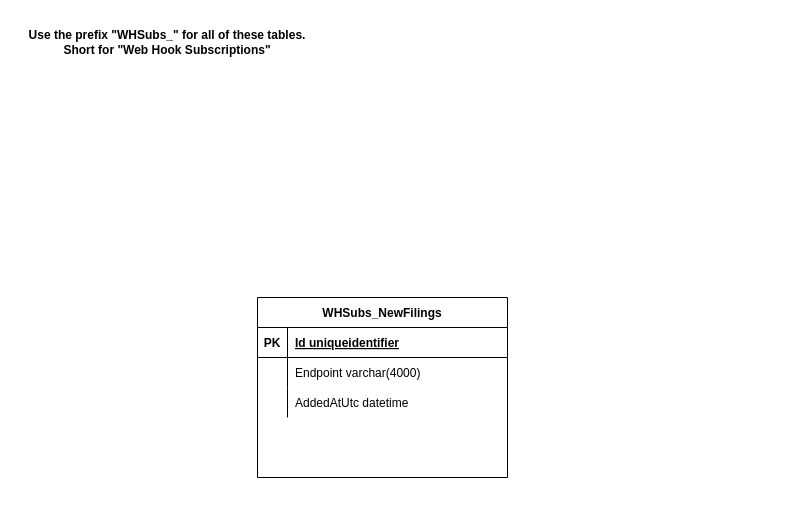
The draw.io diagram page "Webhook Triggers" (2 of 3) of AletheiaErd.drawio in TimHanewich/Aletheia-Engine-Library, before the edit. Source tidied: cells renumbered, new cells numbered last; positions are measured from the earlier drawing's top-left corner, leaving out a move shared by most shapes. Both pictures are drawn from the tidied source at 100%, with x=0, y=0 at pixel (17, 17).
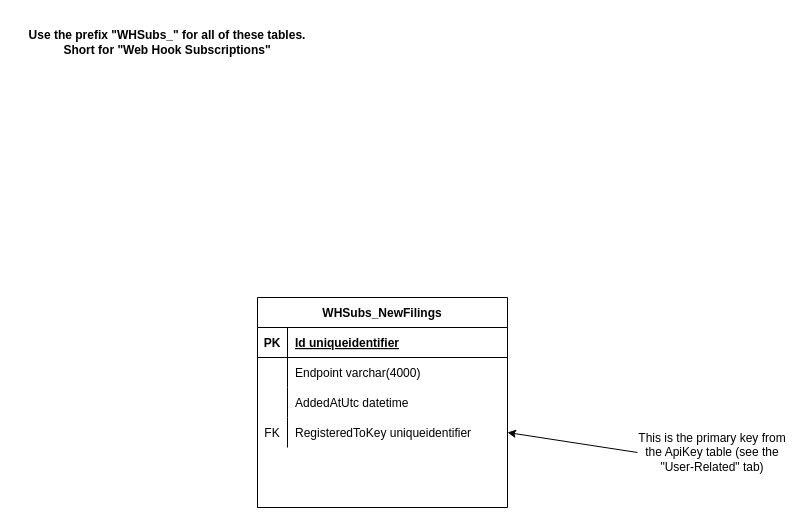
The same diagram, later.

Commit message:
Added user related tables (UserAccount, ApiCall, ApiKey) to ERD and added RegisteredToKey field to registered webhooks

Diff of the diagram source:
```diff
@@
 <mxGraphModel>
   <root>
     <mxCell id="0" />
     <mxCell id="1" parent="0" />
     <mxCell id="2" value="WHSubs_NewFilings" style="shape=table;startSize=30;childLayout=tableLayout;rowLines=0;fontStyle=1;align=center;" parent="1" vertex="1">
-      <mxGeometry x="240" y="280" width="250" height="180" as="geometry" />
+      <mxGeometry x="240" y="280" width="250" height="210" as="geometry" />
     </mxCell>
     <mxCell id="3" style="shape=partialRectangle;fillColor=none;top=0;left=0;bottom=1;right=0;" parent="2" vertex="1">
       <mxGeometry y="30" width="250" height="30" as="geometry" />
     </mxCell>
     <mxCell id="4" value="PK" style="shape=partialRectangle;fillColor=none;top=0;left=0;bottom=0;right=0;fontStyle=1;overflow=hidden;" parent="3" vertex="1">
       <mxGeometry width="30" height="30" as="geometry" />
     </mxCell>
     <mxCell id="5" value="Id uniqueidentifier" style="shape=partialRectangle;fillColor=none;top=0;left=0;bottom=0;right=0;align=left;spacingLeft=6;fontStyle=5;overflow=hidden;" parent="3" vertex="1">
       <mxGeometry x="30" width="220" height="30" as="geometry" />
     </mxCell>
     <mxCell id="6" style="shape=partialRectangle;fillColor=none;top=0;left=0;bottom=0;right=0;" parent="2" vertex="1">
       <mxGeometry y="60" width="250" height="30" as="geometry" />
     </mxCell>
     <mxCell id="7" style="shape=partialRectangle;fillColor=none;top=0;left=0;bottom=0;right=0;overflow=hidden;" parent="6" vertex="1">
       <mxGeometry width="30" height="30" as="geometry" />
     </mxCell>
     <mxCell id="8" value="Endpoint varchar(4000)" style="shape=partialRectangle;fillColor=none;top=0;left=0;bottom=0;right=0;align=left;spacingLeft=6;overflow=hidden;" parent="6" vertex="1">
       <mxGeometry x="30" width="220" height="30" as="geometry" />
     </mxCell>
     <mxCell id="9" style="shape=partialRectangle;fillColor=none;top=0;left=0;bottom=0;right=0;" parent="2" vertex="1">
       <mxGeometry y="90" width="250" height="30" as="geometry" />
     </mxCell>
     <mxCell id="10" style="shape=partialRectangle;fillColor=none;top=0;left=0;bottom=0;right=0;overflow=hidden;" parent="9" vertex="1">
       <mxGeometry width="30" height="30" as="geometry" />
     </mxCell>
     <mxCell id="11" value="AddedAtUtc datetime" style="shape=partialRectangle;fillColor=none;top=0;left=0;bottom=0;right=0;align=left;spacingLeft=6;overflow=hidden;" parent="9" vertex="1">
       <mxGeometry x="30" width="220" height="30" as="geometry" />
     </mxCell>
+    <mxCell id="13" style="shape=partialRectangle;fillColor=none;top=0;left=0;bottom=0;right=0;points=[[0,0.5],[1,0.5]];portConstraint=eastwest;" parent="2" vertex="1">
+      <mxGeometry y="120" width="250" height="30" as="geometry" />
+    </mxCell>
+    <mxCell id="14" value="FK" style="shape=partialRectangle;fillColor=none;top=0;left=0;bottom=0;right=0;overflow=hidden;" parent="13" vertex="1">
+      <mxGeometry width="30" height="30" as="geometry" />
+    </mxCell>
+    <mxCell id="15" value="RegisteredToKey uniqueidentifier" style="shape=partialRectangle;fillColor=none;top=0;left=0;bottom=0;right=0;align=left;spacingLeft=6;overflow=hidden;" parent="13" vertex="1">
+      <mxGeometry x="30" width="220" height="30" as="geometry" />
+    </mxCell>
     <mxCell id="12" value="Use the prefix &quot;WHSubs_&quot; for all of these tables. Short for &quot;Web Hook Subscriptions&quot;" style="text;html=1;strokeColor=none;fillColor=none;align=center;verticalAlign=middle;whiteSpace=wrap;rounded=0;fontStyle=1;" parent="1" vertex="1">
       <mxGeometry width="300" height="50" as="geometry" />
     </mxCell>
+    <mxCell id="16" style="rounded=0;jettySize=auto;html=1;exitX=0;exitY=0.5;exitDx=0;exitDy=0;entryX=1;entryY=0.5;entryDx=0;entryDy=0;startArrow=none;startFill=0;endArrow=classic;endFill=1;" parent="1" edge="1" source="17" target="13">
+      <mxGeometry relative="1" as="geometry" />
+    </mxCell>
+    <mxCell id="17" value="This is the primary key from the ApiKey table (see the &quot;User-Related&quot; tab)" style="text;html=1;strokeColor=none;fillColor=none;align=center;verticalAlign=middle;whiteSpace=wrap;rounded=0;" parent="1" vertex="1">
+      <mxGeometry x="620" y="410" width="150" height="50" as="geometry" />
+    </mxCell>
   </root>
 </mxGraphModel>
```
